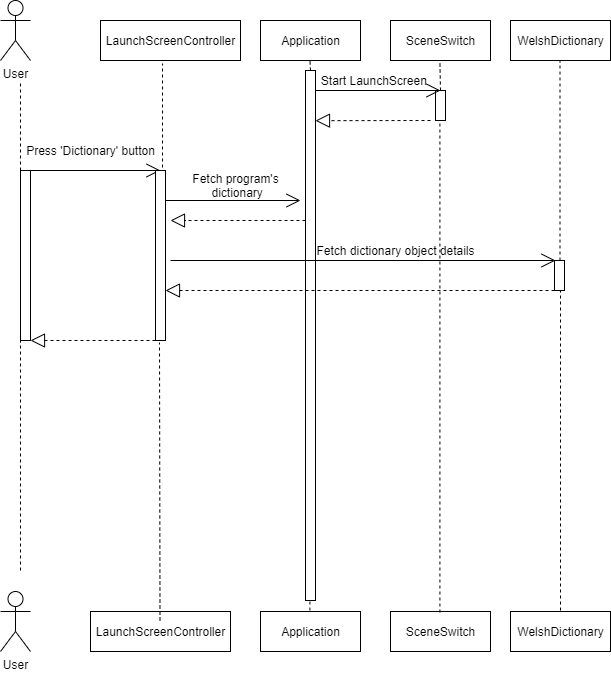
Earlier version of the draw.io export docs/design_spec/src/media/img/SequenceDiagram-1.png (SaltyW123/gp20). Source tidied: cells renumbered, new cells last; positions are measured from the earlier drawing's top-left corner, leaving out a move shared by most shapes.
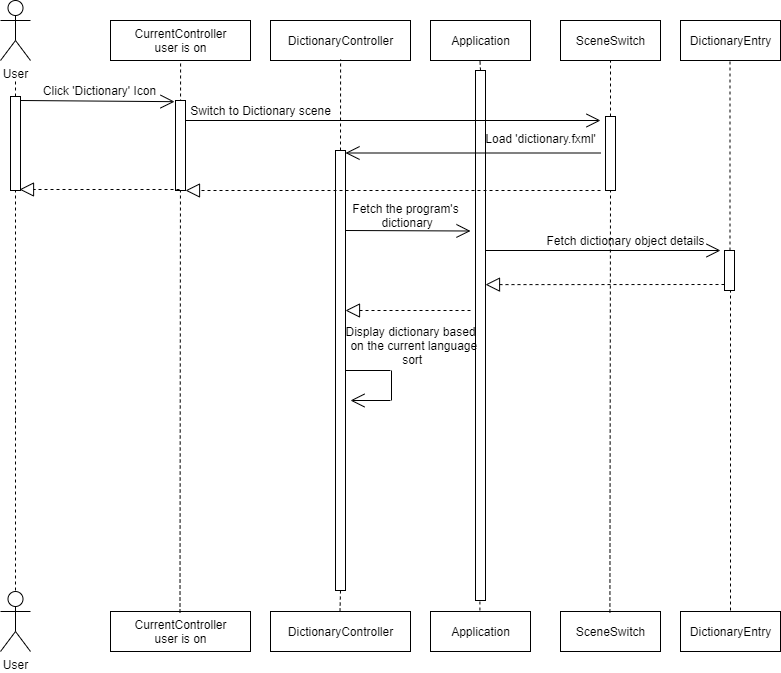
After the change.

What changed in the source:
```diff
@@ -6,7 +6,7 @@
       <mxGeometry x="260" y="20" width="100" height="40" as="geometry" />
     </mxCell>
     <mxCell id="3" value="User" style="shape=umlActor;verticalLabelPosition=bottom;labelBackgroundColor=#ffffff;verticalAlign=top;html=1;" parent="1" vertex="1">
-      <mxGeometry y="591" width="30" height="60" as="geometry" />
+      <mxGeometry x="-170" y="591" width="30" height="60" as="geometry" />
     </mxCell>
     <mxCell id="4" value="Application" style="html=1;" parent="1" vertex="1">
       <mxGeometry x="260" y="611" width="100" height="40" as="geometry" />
@@ -29,17 +29,12 @@
         <mxPoint x="185" y="130" as="targetPoint" />
       </mxGeometry>
     </mxCell>
-    <mxCell id="9" value="WelshDictionary" style="html=1;" parent="1" vertex="1">
+    <mxCell id="9" value="DictionaryEntry" style="html=1;" parent="1" vertex="1">
       <mxGeometry x="510" y="20" width="100" height="40" as="geometry" />
     </mxCell>
-    <mxCell id="10" value="WelshDictionary" style="html=1;" parent="1" vertex="1">
+    <mxCell id="10" value="DictionaryEntry" style="html=1;" parent="1" vertex="1">
       <mxGeometry x="510" y="611" width="100" height="40" as="geometry" />
     </mxCell>
-    <mxCell id="11" style="endArrow=none;dashed=1;html=1;exitX=0.5;exitY=0;exitDx=0;exitDy=0;" parent="1" edge="1" source="15">
-      <mxGeometry relative="1" as="geometry">
-        <mxPoint x="439.4" y="61" as="targetPoint" />
-      </mxGeometry>
-    </mxCell>
     <mxCell id="12" style="endArrow=none;dashed=1;html=1;exitX=0.5;exitY=0;exitDx=0;exitDy=0;" parent="1" edge="1" source="13">
       <mxGeometry relative="1" as="geometry">
         <mxPoint x="309.4" y="59" as="targetPoint" />
@@ -53,119 +48,175 @@
         <mxPoint x="309.4" y="610" as="sourcePoint" />
       </mxGeometry>
     </mxCell>
-    <mxCell id="15" style="html=1;points=[];perimeter=orthogonalPerimeter;" parent="1" vertex="1">
-      <mxGeometry x="435" y="90" width="10" height="30" as="geometry" />
-    </mxCell>
-    <mxCell id="16" style="endArrow=none;dashed=1;html=1;exitX=0.5;exitY=0;exitDx=0;exitDy=0;" parent="1" edge="1" target="15">
-      <mxGeometry relative="1" as="geometry">
-        <mxPoint x="439.4" y="612" as="sourcePoint" />
-      </mxGeometry>
+    <mxCell id="16" style="endArrow=none;dashed=1;html=1;exitX=0.5;exitY=0;exitDx=0;exitDy=0;entryX=0.5;entryY=1;entryDx=0;entryDy=0;" parent="1" edge="1" source="51" target="5">
+      <mxGeometry relative="1" as="geometry" />
     </mxCell>
-    <mxCell id="17" value="Start LaunchScreen&amp;nbsp;" style="text;html=1;align=center;verticalAlign=middle;" parent="1" vertex="1">
-      <mxGeometry x="315" y="70" width="120" height="20" as="geometry" />
-    </mxCell>
-    <mxCell id="18" style="endArrow=block;dashed=1;endFill=0;endSize=12;html=1;" parent="1" edge="1">
-      <mxGeometry relative="1" as="geometry">
-        <mxPoint x="430" y="120" as="sourcePoint" />
-        <mxPoint x="315" y="120.2" as="targetPoint" />
-      </mxGeometry>
-    </mxCell>
-    <mxCell id="19" style="endArrow=none;dashed=1;html=1;" parent="1" edge="1" source="20">
+    <mxCell id="19" style="endArrow=none;dashed=1;html=1;" parent="1" edge="1" source="69">
       <mxGeometry relative="1" as="geometry">
         <mxPoint x="559.5" y="60" as="targetPoint" />
       </mxGeometry>
     </mxCell>
-    <mxCell id="20" style="html=1;points=[];perimeter=orthogonalPerimeter;" parent="1" vertex="1">
-      <mxGeometry x="554" y="260" width="10" height="30" as="geometry" />
-    </mxCell>
-    <mxCell id="21" style="endArrow=none;dashed=1;html=1;" parent="1" edge="1" target="20">
+    <mxCell id="21" style="endArrow=none;dashed=1;html=1;" parent="1" edge="1">
       <mxGeometry relative="1" as="geometry">
         <mxPoint x="560" y="610" as="sourcePoint" />
+        <mxPoint x="560" y="290" as="targetPoint" />
       </mxGeometry>
     </mxCell>
     <mxCell id="22" value="User" style="shape=umlActor;verticalLabelPosition=bottom;labelBackgroundColor=#ffffff;verticalAlign=top;html=1;" parent="1" vertex="1">
-      <mxGeometry width="30" height="60" as="geometry" />
+      <mxGeometry x="-170" width="30" height="60" as="geometry" />
     </mxCell>
-    <mxCell id="23" value="LaunchScreenController" style="html=1;" parent="1" vertex="1">
+    <mxCell id="23" value="DictionaryController" style="html=1;" parent="1" vertex="1">
       <mxGeometry x="100" y="20" width="140" height="40" as="geometry" />
     </mxCell>
-    <mxCell id="24" value="LaunchScreenController" style="html=1;" parent="1" vertex="1">
-      <mxGeometry x="90" y="611" width="140" height="40" as="geometry" />
+    <mxCell id="24" value="DictionaryController" style="html=1;" parent="1" vertex="1">
+      <mxGeometry x="100" y="611" width="140" height="40" as="geometry" />
     </mxCell>
-    <mxCell id="25" style="endArrow=none;dashed=1;html=1;entryX=0.443;entryY=1.075;entryDx=0;entryDy=0;entryPerimeter=0;" parent="1" edge="1" target="23">
-      <mxGeometry relative="1" as="geometry">
-        <mxPoint x="162" y="167" as="sourcePoint" />
-      </mxGeometry>
-    </mxCell>
-    <mxCell id="26" style="endArrow=none;dashed=1;html=1;" parent="1" edge="1" source="27">
-      <mxGeometry relative="1" as="geometry">
-        <mxPoint x="20" y="80" as="targetPoint" />
-      </mxGeometry>
-    </mxCell>
-    <mxCell id="27" style="html=1;points=[];perimeter=orthogonalPerimeter;" parent="1" vertex="1">
-      <mxGeometry x="20" y="170" width="10" height="170" as="geometry" />
-    </mxCell>
-    <mxCell id="28" style="endArrow=none;dashed=1;html=1;" parent="1" edge="1" target="27">
-      <mxGeometry relative="1" as="geometry">
-        <mxPoint x="20" y="570" as="sourcePoint" />
-      </mxGeometry>
-    </mxCell>
-    <mxCell id="29" style="endArrow=open;endFill=1;endSize=12;html=1;" parent="1" edge="1">
-      <mxGeometry relative="1" as="geometry">
-        <mxPoint x="30" y="170" as="sourcePoint" />
-        <mxPoint x="160" y="170" as="targetPoint" />
-      </mxGeometry>
-    </mxCell>
-    <mxCell id="30" value="Press 'Dictionary' button" style="text;html=1;align=center;verticalAlign=middle;" parent="1" vertex="1">
-      <mxGeometry x="20" y="140" width="140" height="20" as="geometry" />
-    </mxCell>
-    <mxCell id="31" style="html=1;points=[];perimeter=orthogonalPerimeter;" parent="1" vertex="1">
-      <mxGeometry x="155" y="170" width="10" height="170" as="geometry" />
-    </mxCell>
-    <mxCell id="32" style="endArrow=none;dashed=1;html=1;exitX=0.5;exitY=0;exitDx=0;exitDy=0;entryX=0.4;entryY=1.012;entryDx=0;entryDy=0;entryPerimeter=0;" parent="1" edge="1" target="31">
-      <mxGeometry relative="1" as="geometry">
-        <mxPoint x="159.5" y="620" as="sourcePoint" />
-      </mxGeometry>
-    </mxCell>
-    <mxCell id="33" style="endArrow=open;endFill=1;endSize=12;html=1;" parent="1" edge="1">
-      <mxGeometry relative="1" as="geometry">
-        <mxPoint x="165" y="200" as="sourcePoint" />
-        <mxPoint x="300" y="200" as="targetPoint" />
-      </mxGeometry>
-    </mxCell>
-    <mxCell id="34" value="Fetch program's&lt;br&gt;&amp;nbsp;dictionary" style="text;html=1;align=center;verticalAlign=middle;" parent="1" vertex="1">
-      <mxGeometry x="185" y="170" width="100" height="30" as="geometry" />
-    </mxCell>
-    <mxCell id="35" style="endArrow=block;dashed=1;endFill=0;endSize=12;html=1;" parent="1" edge="1">
-      <mxGeometry relative="1" as="geometry">
-        <mxPoint x="305" y="220" as="sourcePoint" />
-        <mxPoint x="170" y="220" as="targetPoint" />
-      </mxGeometry>
-    </mxCell>
+    <mxCell id="41" value="CurrentController&lt;br&gt;user is on" style="html=1;" parent="1" vertex="1">
+      <mxGeometry x="-60" y="20" width="140" height="40" as="geometry" />
+    </mxCell>
+    <mxCell id="42" value="CurrentController&lt;br&gt;user is on" style="html=1;" parent="1" vertex="1">
+      <mxGeometry x="-60" y="611" width="140" height="40" as="geometry" />
+    </mxCell>
+    <mxCell id="43" style="endArrow=none;dashed=1;html=1;exitX=0.5;exitY=0;exitDx=0;exitDy=0;entryX=0.5;entryY=1;entryDx=0;entryDy=0;" parent="1" edge="1" source="54">
+      <mxGeometry relative="1" as="geometry">
+        <mxPoint x="170.1" y="59" as="targetPoint" />
+      </mxGeometry>
+    </mxCell>
+    <mxCell id="44" style="endArrow=none;dashed=1;html=1;exitX=0.5;exitY=0;exitDx=0;exitDy=0;entryX=0.5;entryY=1;entryDx=0;entryDy=0;" parent="1" edge="1">
+      <mxGeometry relative="1" as="geometry">
+        <mxPoint x="9.5" y="612" as="sourcePoint" />
+        <mxPoint x="10.1" y="60" as="targetPoint" />
+      </mxGeometry>
+    </mxCell>
+    <mxCell id="45" style="endArrow=none;dashed=1;html=1;" parent="1" edge="1">
+      <mxGeometry relative="1" as="geometry">
+        <mxPoint x="-155" y="420" as="sourcePoint" />
+        <mxPoint x="-155" y="80" as="targetPoint" />
+      </mxGeometry>
+    </mxCell>
+    <mxCell id="46" style="endArrow=open;endFill=1;endSize=12;html=1;entryX=-0.1;entryY=0.013;entryDx=0;entryDy=0;entryPerimeter=0;" parent="1" edge="1" target="48">
+      <mxGeometry relative="1" as="geometry">
+        <mxPoint x="-150" y="100" as="sourcePoint" />
+      </mxGeometry>
+    </mxCell>
+    <mxCell id="47" value="Click 'Dictionary' Icon" style="text;html=1;align=center;verticalAlign=middle;" parent="1" vertex="1">
+      <mxGeometry x="-136" y="80" width="130" height="20" as="geometry" />
+    </mxCell>
+    <mxCell id="48" style="html=1;points=[];perimeter=orthogonalPerimeter;" parent="1" vertex="1">
+      <mxGeometry x="5" y="100" width="10" height="90" as="geometry" />
+    </mxCell>
+    <mxCell id="49" style="endArrow=open;endFill=1;endSize=12;html=1;" parent="1" edge="1">
+      <mxGeometry relative="1" as="geometry">
+        <mxPoint x="15" y="120" as="sourcePoint" />
+        <mxPoint x="430" y="120" as="targetPoint" />
+      </mxGeometry>
+    </mxCell>
+    <mxCell id="50" value="Switch to Dictionary scene" style="text;html=1;align=center;verticalAlign=middle;" parent="1" vertex="1">
+      <mxGeometry x="10" y="100" width="160" height="20" as="geometry" />
+    </mxCell>
+    <mxCell id="51" style="html=1;points=[];perimeter=orthogonalPerimeter;" parent="1" vertex="1">
+      <mxGeometry x="435" y="116" width="10" height="74" as="geometry" />
+    </mxCell>
+    <mxCell id="52" style="endArrow=none;dashed=1;html=1;exitX=0.5;exitY=0;exitDx=0;exitDy=0;entryX=0.5;entryY=1;entryDx=0;entryDy=0;" parent="1" edge="1" target="51">
+      <mxGeometry relative="1" as="geometry">
+        <mxPoint x="439.4" y="612" as="sourcePoint" />
+      </mxGeometry>
+    </mxCell>
+    <mxCell id="53" style="endArrow=block;dashed=1;endFill=0;endSize=12;html=1;" parent="1" edge="1">
+      <mxGeometry relative="1" as="geometry">
+        <mxPoint x="9" y="189" as="sourcePoint" />
+        <mxPoint x="-151" y="189" as="targetPoint" />
+      </mxGeometry>
+    </mxCell>
+    <mxCell id="54" style="html=1;points=[];perimeter=orthogonalPerimeter;" parent="1" vertex="1">
+      <mxGeometry x="165" y="150" width="10" height="440" as="geometry" />
+    </mxCell>
+    <mxCell id="55" style="endArrow=none;dashed=1;html=1;exitX=0.5;exitY=0;exitDx=0;exitDy=0;entryX=0.5;entryY=1;entryDx=0;entryDy=0;" parent="1" edge="1" target="54">
+      <mxGeometry relative="1" as="geometry">
+        <mxPoint x="169.5" y="611" as="sourcePoint" />
+      </mxGeometry>
+    </mxCell>
+    <mxCell id="56" style="endArrow=open;endFill=1;endSize=12;html=1;" parent="1" edge="1">
+      <mxGeometry relative="1" as="geometry">
+        <mxPoint x="175" y="230" as="sourcePoint" />
+        <mxPoint x="300" y="230.5" as="targetPoint" />
+      </mxGeometry>
+    </mxCell>
+    <mxCell id="57" value="Fetch the program's&lt;br&gt;&amp;nbsp;dictionary" style="text;html=1;align=center;verticalAlign=middle;" parent="1" vertex="1">
+      <mxGeometry x="175" y="200" width="120" height="30" as="geometry" />
+    </mxCell>
+    <mxCell id="58" style="endArrow=open;endFill=1;endSize=12;html=1;" parent="1" edge="1">
+      <mxGeometry relative="1" as="geometry">
+        <mxPoint x="315" y="250" as="sourcePoint" />
+        <mxPoint x="550" y="250" as="targetPoint" />
+      </mxGeometry>
+    </mxCell>
+    <mxCell id="59" style="endArrow=block;dashed=1;endFill=0;endSize=12;html=1;entryX=1;entryY=0.404;entryDx=0;entryDy=0;entryPerimeter=0;" parent="1" edge="1" target="13">
+      <mxGeometry relative="1" as="geometry">
+        <mxPoint x="560" y="284" as="sourcePoint" />
+      </mxGeometry>
+    </mxCell>
+    <mxCell id="60" style="endArrow=block;dashed=1;endFill=0;endSize=12;html=1;" parent="1" edge="1">
+      <mxGeometry relative="1" as="geometry">
+        <mxPoint x="300" y="310" as="sourcePoint" />
+        <mxPoint x="175" y="310" as="targetPoint" />
+      </mxGeometry>
+    </mxCell>
+    <mxCell id="61" style="endArrow=open;endFill=1;endSize=12;html=1;" parent="1" edge="1">
+      <mxGeometry relative="1" as="geometry">
+        <mxPoint x="220" y="400" as="sourcePoint" />
+        <mxPoint x="180" y="400" as="targetPoint" />
+      </mxGeometry>
+    </mxCell>
+    <mxCell id="62" style="endArrow=none;html=1;" parent="1" edge="1">
+      <mxGeometry relative="1" as="geometry">
+        <mxPoint x="175" y="370" as="sourcePoint" />
+        <mxPoint x="220" y="370" as="targetPoint" />
+      </mxGeometry>
+    </mxCell>
+    <mxCell id="63" style="endArrow=none;html=1;" parent="1" edge="1">
+      <mxGeometry relative="1" as="geometry">
+        <mxPoint x="221" y="400" as="sourcePoint" />
+        <mxPoint x="221" y="370" as="targetPoint" />
+      </mxGeometry>
+    </mxCell>
+    <mxCell id="64" value="Display dictionary based&lt;br&gt;&amp;nbsp; on the current language&lt;br&gt;&amp;nbsp;sort" style="text;html=1;align=center;verticalAlign=middle;" parent="1" vertex="1">
+      <mxGeometry x="165" y="320" width="150" height="50" as="geometry" />
+    </mxCell>
     <mxCell id="36" value="Fetch dictionary object details" style="text;html=1;align=center;verticalAlign=middle;" parent="1" vertex="1">
-      <mxGeometry x="310" y="240" width="170" height="20" as="geometry" />
+      <mxGeometry x="370" y="230" width="170" height="20" as="geometry" />
     </mxCell>
-    <mxCell id="37" style="endArrow=block;dashed=1;endFill=0;endSize=12;html=1;" parent="1" edge="1" target="31">
-      <mxGeometry relative="1" as="geometry">
-        <mxPoint x="554" y="290" as="sourcePoint" />
-      </mxGeometry>
-    </mxCell>
-    <mxCell id="38" style="endArrow=open;endFill=1;endSize=12;html=1;" parent="1" edge="1">
-      <mxGeometry relative="1" as="geometry">
-        <mxPoint x="170" y="260" as="sourcePoint" />
-        <mxPoint x="555" y="260" as="targetPoint" />
-      </mxGeometry>
-    </mxCell>
-    <mxCell id="39" style="endArrow=block;dashed=1;endFill=0;endSize=12;html=1;" parent="1" edge="1" target="27">
-      <mxGeometry relative="1" as="geometry">
-        <mxPoint x="155" y="340" as="sourcePoint" />
-      </mxGeometry>
-    </mxCell>
-    <mxCell id="40" style="endArrow=open;endFill=1;endSize=12;html=1;" parent="1" edge="1">
-      <mxGeometry relative="1" as="geometry">
-        <mxPoint x="315" y="90" as="sourcePoint" />
-        <mxPoint x="440" y="90" as="targetPoint" />
-      </mxGeometry>
-    </mxCell>
+    <mxCell id="65" style="html=1;perimeter=orthogonalPerimeter;" parent="1" vertex="1">
+      <mxGeometry x="-160" y="96" width="10" height="94" as="geometry" />
+    </mxCell>
+    <mxCell id="66" style="endArrow=open;endFill=1;endSize=12;html=1;" parent="1" edge="1">
+      <mxGeometry relative="1" as="geometry">
+        <mxPoint x="430" y="152.5" as="sourcePoint" />
+        <mxPoint x="175" y="152.5" as="targetPoint" />
+      </mxGeometry>
+    </mxCell>
+    <mxCell id="67" value="Load 'dictionary.fxml'" style="text;html=1;align=center;verticalAlign=middle;" parent="1" vertex="1">
+      <mxGeometry x="305" y="128" width="130" height="20" as="geometry" />
+    </mxCell>
+    <mxCell id="68" style="endArrow=block;dashed=1;endFill=0;endSize=12;html=1;" parent="1" edge="1">
+      <mxGeometry relative="1" as="geometry">
+        <mxPoint x="430" y="190" as="sourcePoint" />
+        <mxPoint x="15" y="190" as="targetPoint" />
+      </mxGeometry>
+    </mxCell>
+    <mxCell id="69" style="html=1;points=[];perimeter=orthogonalPerimeter;" parent="1" vertex="1">
+      <mxGeometry x="554" y="250" width="10" height="40" as="geometry" />
+    </mxCell>
+    <mxCell id="70" style="endArrow=none;dashed=1;html=1;" parent="1" edge="1" target="69">
+      <mxGeometry relative="1" as="geometry">
+        <mxPoint x="560" y="290" as="sourcePoint" />
+      </mxGeometry>
+    </mxCell>
+    <mxCell id="71" style="endArrow=none;dashed=1;html=1;" parent="1" edge="1">
+      <mxGeometry relative="1" as="geometry">
+        <mxPoint x="-155" y="590" as="sourcePoint" />
+        <mxPoint x="-155" y="420" as="targetPoint" />
+      </mxGeometry>
+    </mxCell>
   </root>
 </mxGraphModel>
```
